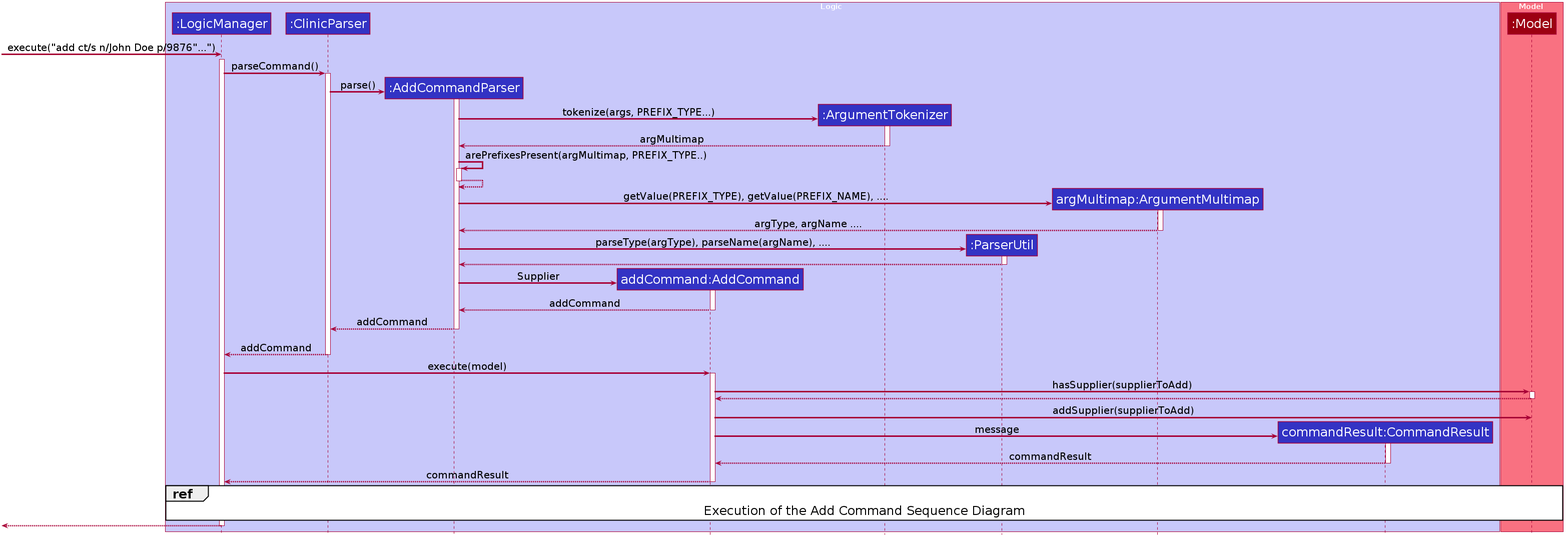
The PlantUML diagram docs/images/AddCommandSequenceDiagram.png in tohyuting/tp, before a commit.
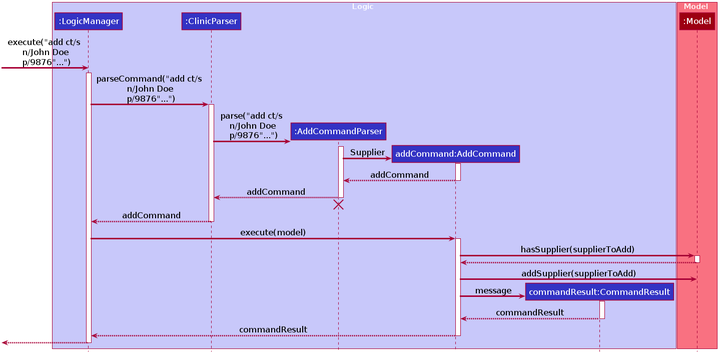
Later version of the same file.

Commit message:
Generate PNG images for PlantUML diagrams

What changed in the source:
```diff
@@ -47,18 +47,16 @@
 hide footbox
 hide members
 hide circle
-skinparam defaultFontSize 25
-skinparam ArrowFontSize 20
+skinparam defaultFontSize 17
+skinparam ArrowFontSize 17
 skinparam ArrowThickness 3
+skinparam ParticipantPadding 1
 
 box Logic #C8C8FA
 participant ":LogicManager" as LogicManager #3333C4
 participant ":ClinicParser" as ClinicParser #3333C4
 participant ":AddCommandParser" as AddCommandParser #3333C4
 participant "addCommand:AddCommand" as AddCommand #3333C4
-participant ":ArgumentTokenizer" as ArgumentTokenizer #3333C4
-participant ":ParserUtil" as ParserUtil #3333C4
-participant "argMultimap:ArgumentMultimap" as ArgumentMultimap #3333C4
 participant "commandResult:CommandResult" as CommandResult #3333C4
 end box
 
@@ -67,40 +65,16 @@
 end box
 
 create LogicManager
-[-> LogicManager : execute("add ct/s n/John Doe p/9876"...")
+[-> LogicManager : execute("add ct/s \n n/John Doe \n p/9876"...")
 activate LogicManager
 
-LogicManager -> ClinicParser : parseCommand()
+LogicManager -> ClinicParser : parseCommand("add ct/s \n n/John Doe \n p/9876"...")
 activate ClinicParser
 
 create AddCommandParser
 
-ClinicParser -> AddCommandParser ++ : parse()
+ClinicParser -> AddCommandParser ++ : parse("add ct/s \n n/John Doe \n p/9876"...")
 activate AddCommandParser
-create ArgumentTokenizer
-
-AddCommandParser -> ArgumentTokenizer ++ : tokenize(args, PREFIX_TYPE...)
-activate ArgumentTokenizer
-
-ArgumentTokenizer --> AddCommandParser -- : argMultimap
-deactivate ArgumentTokenizer
-
-AddCommandParser -> AddCommandParser ++ : arePrefixesPresent(argMultimap, PREFIX_TYPE..)
-AddCommandParser --> AddCommandParser -- :
-
-create ArgumentMultimap
-AddCommandParser -> ArgumentMultimap ++ : getValue(PREFIX_TYPE), getValue(PREFIX_NAME), ....
-activate ArgumentMultimap
-
-ArgumentMultimap --> AddCommandParser -- : argType, argName ....
-deactivate ArgumentMultimap
-
-create ParserUtil
-AddCommandParser -> ParserUtil ++ : parseType(argType), parseName(argName), ....
-activate ParserUtil
-
-ParserUtil --> AddCommandParser --
-deactivate ParserUtil
 
 create AddCommand
 
@@ -113,7 +87,7 @@
 
 deactivate AddCommandParser
 AddCommandParser -[hidden]-> ClinicParser
-
+destroy AddCommandParser
 ClinicParser --> LogicManager -- : addCommand
 
 LogicManager -> AddCommand ++ : execute(model)
@@ -138,8 +112,8 @@
 
 AddCommand --> LogicManager -- : commandResult
 
-ref over LogicManager,  Model : Execution of the Add Command Sequence Diagram
 deactivate AddCommand
+
 [<--LogicManager
 deactivate LogicManager
 @enduml
```
